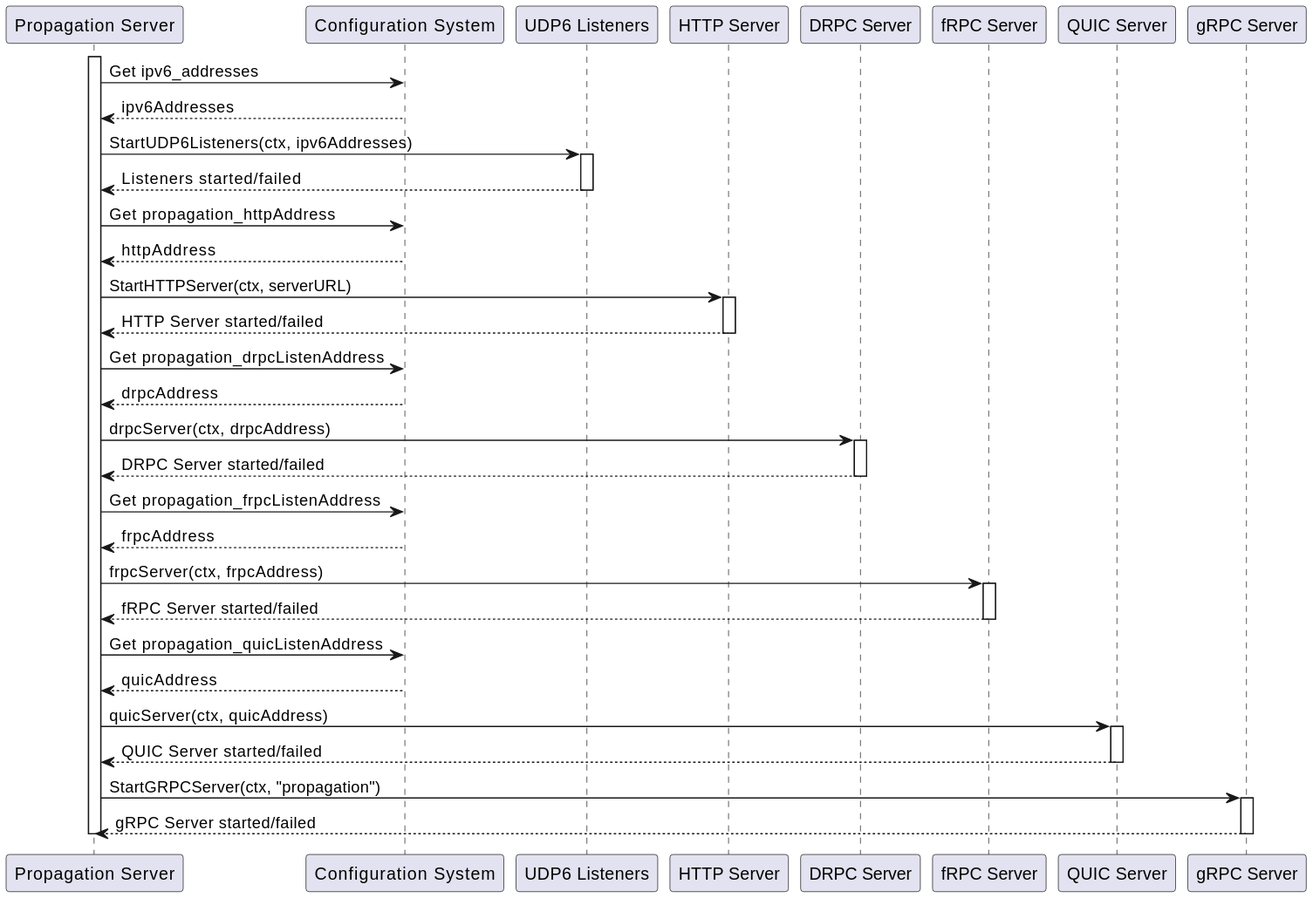
Earlier version of the PlantUML export docs/services/img/plantuml/propagation/propagation_startup.svg (freemans13/teranode). Its source is kept beside it as docs/services/img/plantuml/propagation/propagation_startup.puml.
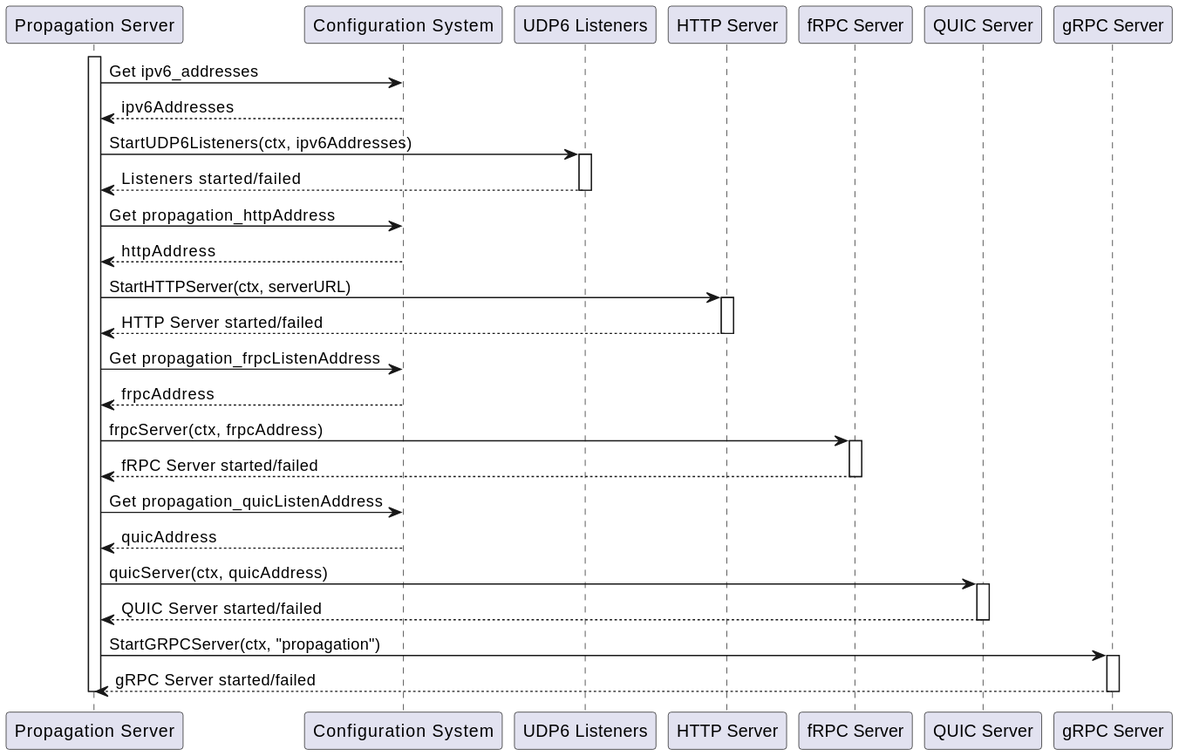
Above is the later version.

What changed in the source:
```diff
@@ -4,7 +4,6 @@
 participant "Configuration System" as Config
 participant "UDP6 Listeners" as UDP6
 participant "HTTP Server" as HTTP
-participant "DRPC Server" as DRPC
 participant "fRPC Server" as fRPC
 participant "QUIC Server" as QUIC
 participant "gRPC Server" as gRPC
@@ -24,13 +23,6 @@
 activate HTTP
 HTTP --> Server: HTTP Server started/failed
 deactivate HTTP
-
-Server -> Config: Get propagation_drpcListenAddress
-Config --> Server: drpcAddress
-Server -> DRPC: drpcServer(ctx, drpcAddress)
-activate DRPC
-DRPC --> Server: DRPC Server started/failed
-deactivate DRPC
 
 Server -> Config: Get propagation_frpcListenAddress
 Config --> Server: frpcAddress
```
